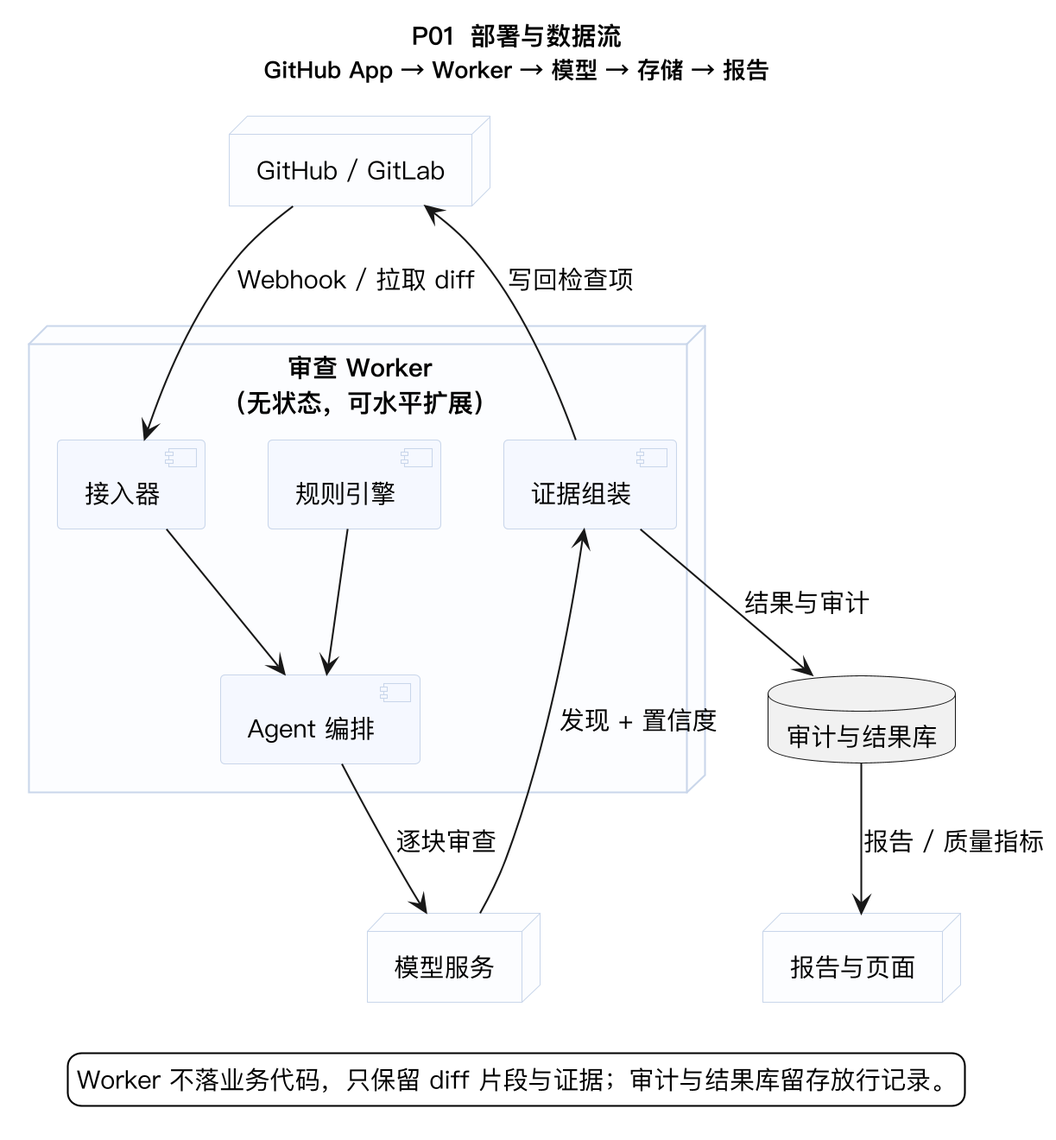
Earlier version of the PlantUML export 可信代码审查Agent/03_可编辑源文件/PlantUML/P01_部署与数据流.png (yemuxue/code-review-agent). The source it was exported from:
```plantuml
@startuml
skinparamlocked dpi 200
skinparam shadowing false
skinparam backgroundColor #FFFFFF
skinparam defaultFontSize 14
skinparam defaultFontName PingFang SC
skinparam component {
  BackgroundColor #F5F8FF
  BorderColor #C9D6EA
}
skinparam node {
  BackgroundColor #FCFDFF
  BorderColor #C9D6EA
}
title P01  部署与数据流\n<size:13>GitHub App → Worker → 模型 → 存储 → 报告</size>

node "GitHub / GitLab" as G
node "审查 Worker\n（无状态，可水平扩展）" as W {
  component "接入器" as W1
  component "规则引擎" as W2
  component "Agent 编排" as W3
  component "证据组装" as W4
}
node "模型服务" as M
database "审计与结果库" as DB
node "报告与页面" as R

G --> W1 : Webhook / 拉取 diff
W1 --> W3
W2 --> W3
W3 --> M : 逐块审查
M --> W4 : 发现 + 置信度
W4 --> DB : 结果与审计
DB --> R : 报告 / 质量指标
W4 --> G : 写回检查项

legend bottom
  Worker 不落业务代码，只保留 diff 片段与证据；审计与结果库留存放行记录。
endlegend
@enduml
```
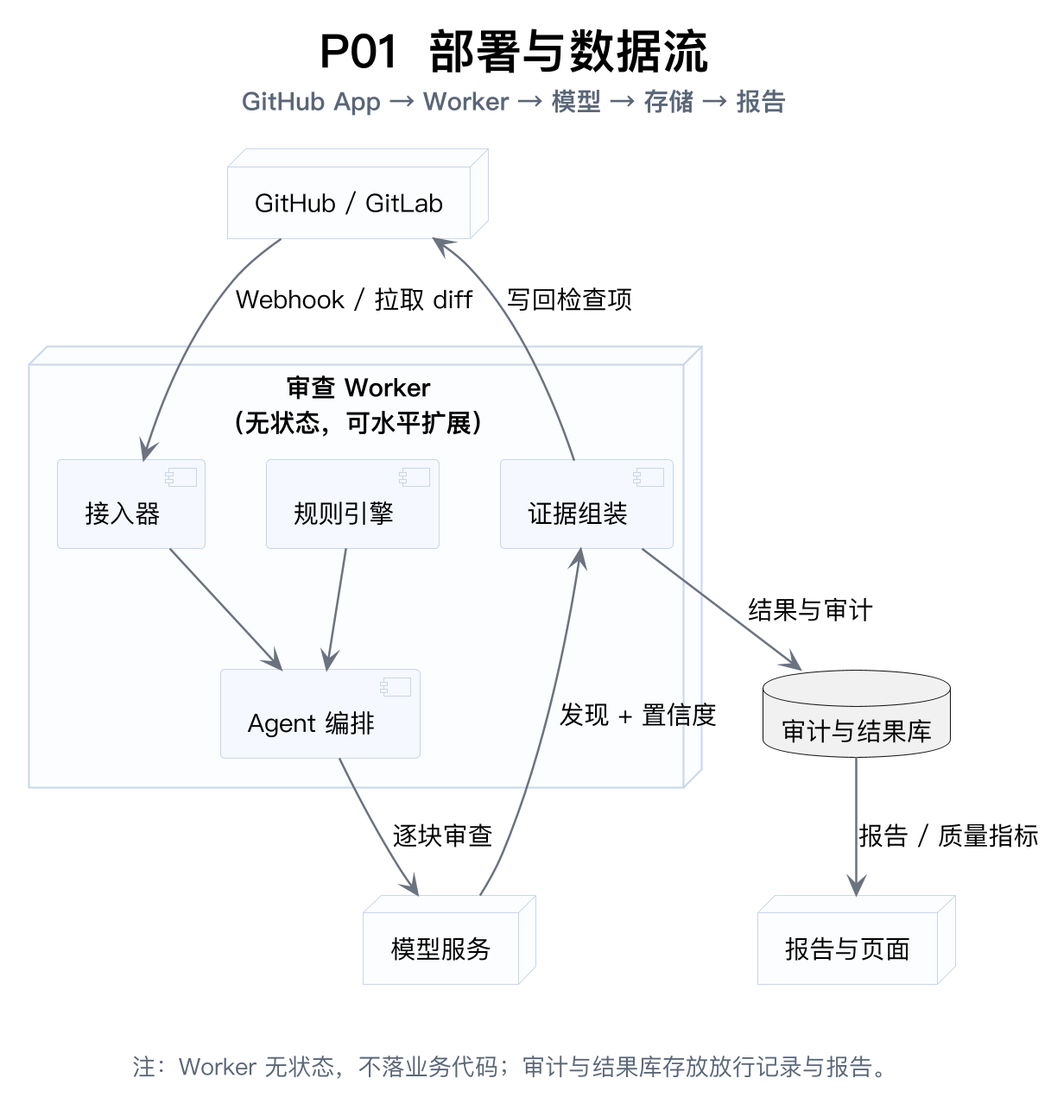
After the change.

The edit, as a diff of the source:
```diff
@@ -1,5 +1,7 @@
 @startuml
 skinparamlocked dpi 200
+!include _style.iuml
+title <size:26><b>P01  部署与数据流</b></size>\n<size:14><color:#5A6678>GitHub App → Worker → 模型 → 存储 → 报告</color></size>
 skinparam shadowing false
 skinparam backgroundColor #FFFFFF
 skinparam defaultFontSize 14
@@ -12,7 +14,7 @@
   BackgroundColor #FCFDFF
   BorderColor #C9D6EA
 }
-title P01  部署与数据流\n<size:13>GitHub App → Worker → 模型 → 存储 → 报告</size>
+
 
 node "GitHub / GitLab" as G
 node "审查 Worker\n（无状态，可水平扩展）" as W {
@@ -34,7 +36,5 @@
 DB --> R : 报告 / 质量指标
 W4 --> G : 写回检查项
 
-legend bottom
-  Worker 不落业务代码，只保留 diff 片段与证据；审计与结果库留存放行记录。
-endlegend
+caption \n<size:13><color:#5A6678>注：Worker 无状态，不落业务代码；审计与结果库存放放行记录与报告。</color></size>
 @enduml
```
